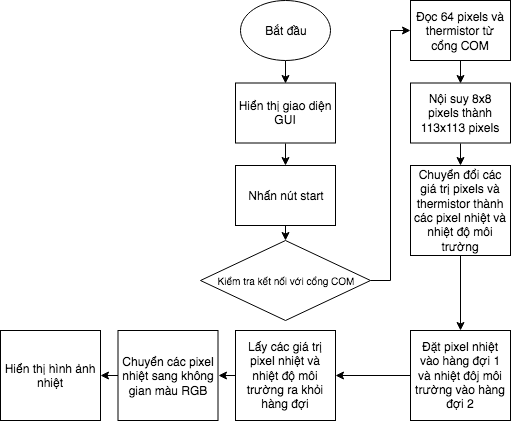
Above: Untitled Diagram.png in NguyenHoaiNhi/poster (draw.io), before the change. Source tidied: cells renumbered, new cells last; positions are measured from the earlier drawing's top-left corner, leaving out a move shared by most shapes.
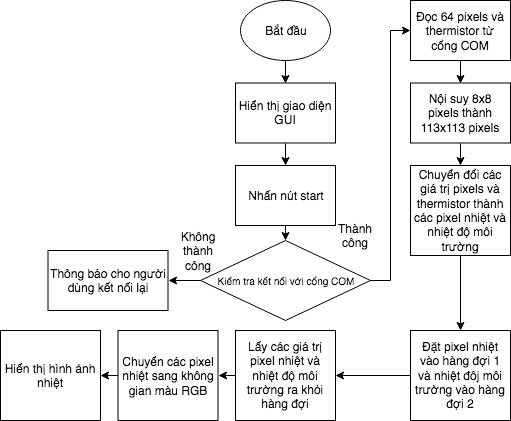
After the change.

Change to the diagram source:
```diff
@@ -23,6 +23,9 @@
     <mxCell id="8" style="edgeStyle=orthogonalEdgeStyle;rounded=0;jettySize=auto;html=1;exitX=1;exitY=0.5;exitDx=0;exitDy=0;entryX=0;entryY=0.5;entryDx=0;entryDy=0;" parent="1" edge="1" source="9" target="11">
       <mxGeometry relative="1" as="geometry" />
     </mxCell>
+    <mxCell id="23" style="edgeStyle=orthogonalEdgeStyle;rounded=0;jettySize=auto;html=1;exitX=0;exitY=0.5;exitDx=0;exitDy=0;entryX=1;entryY=0.5;entryDx=0;entryDy=0;" parent="1" edge="1" source="9" target="24">
+      <mxGeometry relative="1" as="geometry" />
+    </mxCell>
     <mxCell id="9" value="&lt;font style=&quot;font-size: 10px&quot;&gt;Kiểm tra kết nối với cổng COM&lt;/font&gt;" style="rhombus;whiteSpace=wrap;html=1;" parent="1" vertex="1">
       <mxGeometry x="200" y="240" width="170" height="80" as="geometry" />
     </mxCell>
@@ -65,5 +68,14 @@
     <mxCell id="22" value="Hiển thị hình ảnh nhiệt" style="rounded=0;whiteSpace=wrap;html=1;" parent="1" vertex="1">
       <mxGeometry y="330" width="100" height="90" as="geometry" />
     </mxCell>
+    <mxCell id="24" value="Thông báo cho người dùng kết nối lại " style="rounded=0;whiteSpace=wrap;html=1;" parent="1" vertex="1">
+      <mxGeometry x="47.5" y="250" width="120" height="60" as="geometry" />
+    </mxCell>
+    <mxCell id="25" value="Không thành công " style="text;html=1;strokeColor=none;fillColor=none;align=center;verticalAlign=middle;whiteSpace=wrap;rounded=0;" parent="1" vertex="1">
+      <mxGeometry x="177.5" y="240" width="40" height="20" as="geometry" />
+    </mxCell>
+    <mxCell id="26" value="Thành công" style="text;html=1;strokeColor=none;fillColor=none;align=center;verticalAlign=middle;whiteSpace=wrap;rounded=0;" parent="1" vertex="1">
+      <mxGeometry x="335" y="225" width="40" height="20" as="geometry" />
+    </mxCell>
   </root>
 </mxGraphModel>
```
